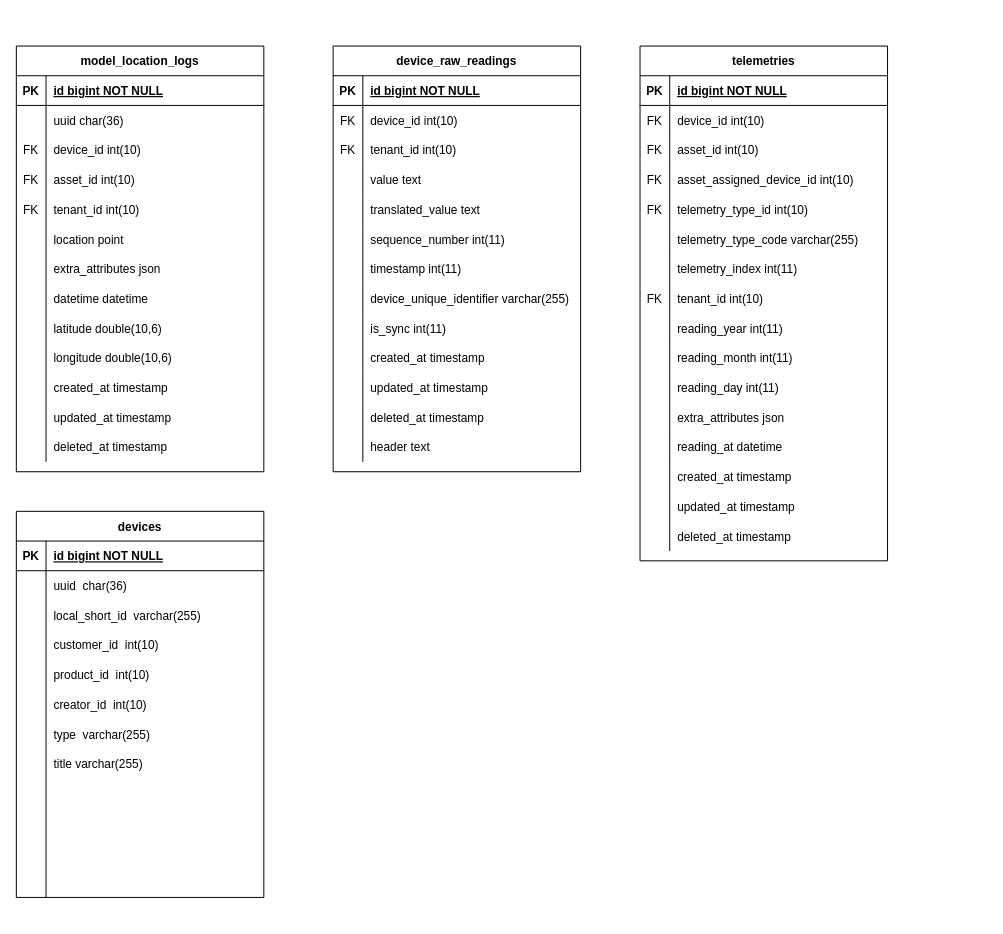
Above: Untitled Diagram.drawio in farisrozain/LapisLazuli (draw.io), before the change. Source tidied: cells renumbered, new cells numbered last; positions are measured from the earlier drawing's top-left corner, leaving out a move shared by most shapes. Both pictures are drawn from the tidied source at 99%, with x=0, y=0 at pixel (16, 46).
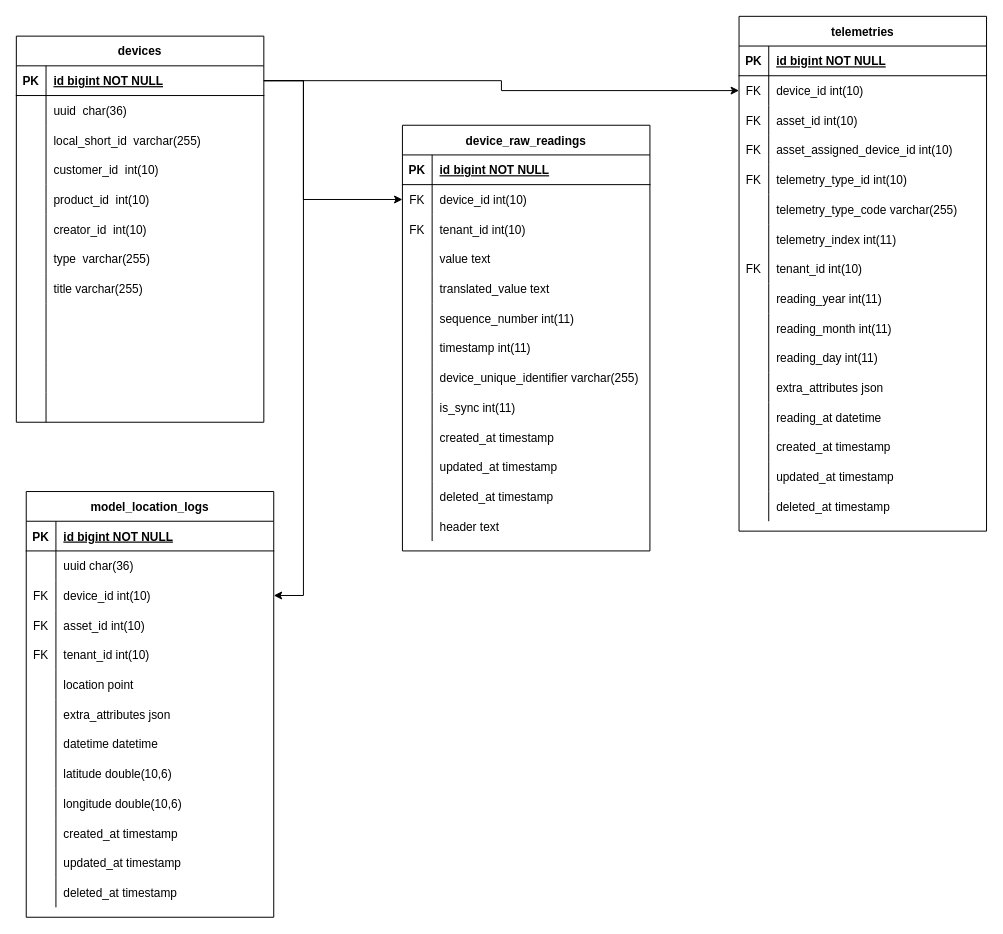
After the change.

The change refers to these unchanged cells:
```xml
<mxCell id="3" style="shape=partialRectangle;fillColor=none;points=[[0,0.5],[1,0.5]];portConstraint=eastwest;top=0;left=0;right=0;bottom=1;" parent="2" vertex="1">
  <mxGeometry y="30" width="250" height="30" as="geometry" />
</mxCell>
<mxCell id="43" style="shape=partialRectangle;fillColor=none;points=[[0,0.5],[1,0.5]];portConstraint=eastwest;top=0;left=0;right=0;bottom=0;" parent="39" vertex="1">
  <mxGeometry y="60" width="250" height="30" as="geometry" />
</mxCell>
<mxCell id="92" style="shape=partialRectangle;fillColor=none;points=[[0,0.5],[1,0.5]];portConstraint=eastwest;top=0;left=0;right=0;bottom=0;" parent="88" vertex="1">
  <mxGeometry y="60" width="250" height="30" as="geometry" />
</mxCell>
<mxCell id="135" style="shape=partialRectangle;fillColor=none;points=[[0,0.5],[1,0.5]];portConstraint=eastwest;top=0;left=0;right=0;bottom=0;" parent="128" vertex="1">
  <mxGeometry y="90" width="250" height="30" as="geometry" />
</mxCell>
```

What changed in the source:
```diff
@@
     <mxCell id="2" value="devices" style="shape=table;startSize=30;childLayout=tableLayout;rowLines=0;fontStyle=1;align=center;" parent="1" vertex="1">
-      <mxGeometry y="470" width="250" height="390" as="geometry" />
+      <mxGeometry y="-10" width="250" height="390" as="geometry" />
     </mxCell>
@@
     <mxCell id="39" value="telemetries" style="shape=table;startSize=30;childLayout=tableLayout;rowLines=0;fontStyle=1;align=center;" parent="1" vertex="1">
-      <mxGeometry x="630" width="250" height="520" as="geometry" />
+      <mxGeometry x="730" y="-30" width="250" height="520" as="geometry" />
     </mxCell>
@@
     <mxCell id="88" value="device_raw_readings" style="shape=table;startSize=30;childLayout=tableLayout;rowLines=0;fontStyle=1;align=center;" parent="1" vertex="1">
-      <mxGeometry x="320" width="250" height="430" as="geometry" />
+      <mxGeometry x="390" y="80" width="250" height="430" as="geometry" />
     </mxCell>
@@
     <mxCell id="128" value="model_location_logs" style="shape=table;startSize=30;childLayout=tableLayout;rowLines=0;fontStyle=1;align=center;" parent="1" vertex="1">
-      <mxGeometry width="250" height="430" as="geometry" />
+      <mxGeometry x="10" y="450" width="250" height="430" as="geometry" />
     </mxCell>
@@
+    <mxCell id="168" style="edgeStyle=elbowEdgeStyle;rounded=0;jettySize=auto;html=1;exitX=1;exitY=0.5;exitDx=0;exitDy=0;endArrow=classic;endFill=1;entryX=1;entryY=0.5;entryDx=0;entryDy=0;elbow=vertical;" parent="1" edge="1" source="3" target="135">
+      <mxGeometry relative="1" as="geometry">
+        <Array as="points">
+          <mxPoint x="290" y="390" />
+          <mxPoint x="310" y="410" />
+        </Array>
+      </mxGeometry>
+    </mxCell>
+    <mxCell id="169" style="edgeStyle=orthogonalEdgeStyle;rounded=0;jettySize=auto;html=1;endArrow=classic;endFill=1;entryX=0;entryY=0.5;entryDx=0;entryDy=0;" parent="1" edge="1" target="92">
+      <mxGeometry relative="1" as="geometry">
+        <mxPoint x="250" y="35" as="sourcePoint" />
+        <Array as="points">
+          <mxPoint x="290" y="35" />
+          <mxPoint x="290" y="155" />
+        </Array>
+      </mxGeometry>
+    </mxCell>
+    <mxCell id="170" style="edgeStyle=orthogonalEdgeStyle;rounded=0;jettySize=auto;html=1;entryX=0;entryY=0.5;entryDx=0;entryDy=0;endArrow=classic;endFill=1;" parent="1" edge="1" source="3" target="43">
+      <mxGeometry relative="1" as="geometry" />
+    </mxCell>
```
